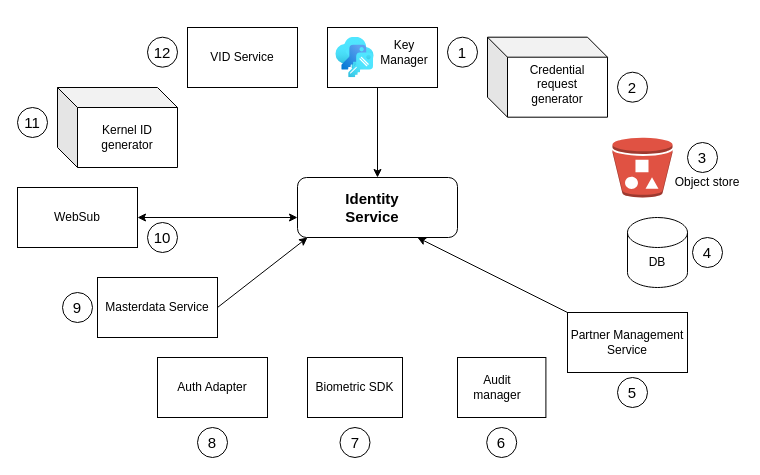
The draw.io diagram docs/_images/identity-service.drawio in mosip/documentation, before the edit. Source tidied: cells renumbered, new cells numbered last; positions are measured from the earlier drawing's top-left corner, leaving out a move shared by most shapes. Both pictures are drawn from the tidied source at 100%, with x=0, y=0 at pixel (17, 27).
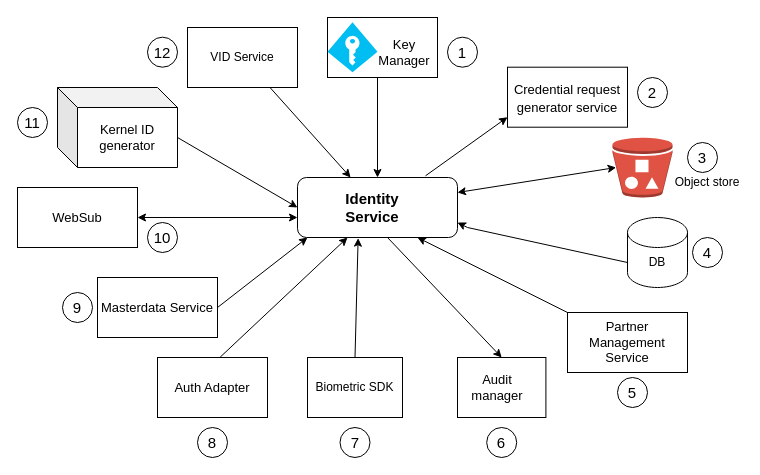
The same page after the edit.

The change refers to these unchanged cells:
```xml
<mxCell id="2" style="rounded=1;whiteSpace=wrap;html=1;" parent="1" vertex="1">
  <mxGeometry x="280" y="150" width="160" height="60" as="geometry" />
</mxCell>
<mxCell id="7" value="VID Service" style="rounded=0;whiteSpace=wrap;html=1;" parent="1" vertex="1">
  <mxGeometry x="170" width="110" height="60" as="geometry" />
</mxCell>
<mxCell id="10" value="Biometric SDK" style="rounded=0;whiteSpace=wrap;html=1;" parent="1" vertex="1">
  <mxGeometry x="290" y="330" width="95" height="60" as="geometry" />
</mxCell>
<mxCell id="11" style="rounded=0;whiteSpace=wrap;html=1;" parent="1" vertex="1">
  <mxGeometry x="440" y="330" width="88.4" height="60" as="geometry" />
</mxCell>
<mxCell id="16" style="outlineConnect=0;dashed=0;verticalLabelPosition=bottom;verticalAlign=top;align=center;html=1;shape=mxgraph.aws3.bucket_with_objects;fillColor=#E05243;gradientColor=none;" parent="1" vertex="1">
  <mxGeometry x="595" y="110" width="60" height="60" as="geometry" />
</mxCell>
<mxCell id="19" value="DB" style="text;html=1;strokeColor=none;fillColor=none;align=center;verticalAlign=middle;whiteSpace=wrap;rounded=0;" parent="1" vertex="1">
  <mxGeometry x="610" y="210" width="60" height="50" as="geometry" />
</mxCell>
```

What changed in the source:
```diff
@@
-    <mxCell id="4" value="WebSub" style="rounded=0;whiteSpace=wrap;html=1;" parent="1" vertex="1">
+    <mxCell id="4" value="&lt;font style=&quot;font-size: 13px&quot;&gt;WebSub&lt;/font&gt;" style="rounded=0;whiteSpace=wrap;html=1;" parent="1" vertex="1">
       <mxGeometry y="160" width="120" height="60" as="geometry" />
     </mxCell>
     <mxCell id="5" style="rounded=0;whiteSpace=wrap;html=1;" parent="1" vertex="1">
-      <mxGeometry x="310" width="110" height="60" as="geometry" />
+      <mxGeometry x="310" y="-10" width="110" height="60" as="geometry" />
     </mxCell>
-    <mxCell id="6" value="Partner Management Service" style="rounded=0;whiteSpace=wrap;html=1;" parent="1" vertex="1">
+    <mxCell id="6" value="&lt;font style=&quot;font-size: 13px&quot;&gt;Partner Management Service&lt;/font&gt;" style="rounded=0;whiteSpace=wrap;html=1;" parent="1" vertex="1">
       <mxGeometry x="550" y="285" width="120" height="60" as="geometry" />
     </mxCell>
@@
-    <mxCell id="8" value="Masterdata Service" style="rounded=0;whiteSpace=wrap;html=1;" parent="1" vertex="1">
+    <mxCell id="8" value="&lt;font style=&quot;font-size: 13px&quot;&gt;Masterdata Service&lt;/font&gt;" style="rounded=0;whiteSpace=wrap;html=1;" parent="1" vertex="1">
       <mxGeometry x="80" y="250" width="120" height="60" as="geometry" />
     </mxCell>
-    <mxCell id="9" value="Auth Adapter" style="rounded=0;whiteSpace=wrap;html=1;" parent="1" vertex="1">
+    <mxCell id="9" value="&lt;font style=&quot;font-size: 13px&quot;&gt;Auth Adapter&lt;/font&gt;" style="rounded=0;whiteSpace=wrap;html=1;" parent="1" vertex="1">
       <mxGeometry x="140" y="330" width="110" height="60" as="geometry" />
     </mxCell>
@@
-    <mxCell id="12" style="html=1;align=center;image;fontSize=12;image=img/lib/azure2/security/Keys.svg;" parent="1" vertex="1">
-      <mxGeometry x="318.3" y="9.7" width="38.4" height="40.6" as="geometry" />
-    </mxCell>
-    <mxCell id="13" value="Key Manager" style="text;html=1;strokeColor=none;fillColor=none;align=center;verticalAlign=middle;whiteSpace=wrap;rounded=0;" parent="1" vertex="1">
+    <mxCell id="13" value="&lt;font style=&quot;font-size: 13px&quot;&gt;Key Manager&lt;/font&gt;" style="text;html=1;strokeColor=none;fillColor=none;align=center;verticalAlign=middle;whiteSpace=wrap;rounded=0;" parent="1" vertex="1">
       <mxGeometry x="356.7" y="9.7" width="60" height="30" as="geometry" />
     </mxCell>
-    <mxCell id="14" style="shape=cube;whiteSpace=wrap;html=1;boundedLbl=1;backgroundOutline=1;darkOpacity=0.05;darkOpacity2=0.1;" parent="1" vertex="1">
-      <mxGeometry x="470" y="9.7" width="120" height="80" as="geometry" />
-    </mxCell>
-    <mxCell id="15" value="Credential request generator" style="text;html=1;strokeColor=none;fillColor=none;align=center;verticalAlign=middle;whiteSpace=wrap;rounded=0;" parent="1" vertex="1">
-      <mxGeometry x="510" y="39.7" width="60" height="35" as="geometry" />
-    </mxCell>
@@
-    <mxCell id="20" value="Audit manager" style="text;html=1;strokeColor=none;fillColor=none;align=center;verticalAlign=middle;whiteSpace=wrap;rounded=0;" parent="1" vertex="1">
+    <mxCell id="20" value="&lt;font style=&quot;font-size: 13px&quot;&gt;Audit manager&lt;/font&gt;" style="text;html=1;strokeColor=none;fillColor=none;align=center;verticalAlign=middle;whiteSpace=wrap;rounded=0;" parent="1" vertex="1">
       <mxGeometry x="450" y="345" width="60" height="30" as="geometry" />
     </mxCell>
-    <mxCell id="21" value="Kernel ID generator" style="shape=cube;whiteSpace=wrap;html=1;boundedLbl=1;backgroundOutline=1;darkOpacity=0.05;darkOpacity2=0.1;" parent="1" vertex="1">
+    <mxCell id="21" value="&lt;font style=&quot;font-size: 13px&quot;&gt;Kernel ID generator&lt;/font&gt;" style="shape=cube;whiteSpace=wrap;html=1;boundedLbl=1;backgroundOutline=1;darkOpacity=0.05;darkOpacity2=0.1;" parent="1" vertex="1">
       <mxGeometry x="40" y="60" width="120" height="80" as="geometry" />
     </mxCell>
     <mxCell id="22" style="endArrow=classic;html=1;rounded=0;fontSize=15;entryX=0.5;entryY=0;entryDx=0;entryDy=0;" parent="1" edge="1" target="2">
       <mxGeometry relative="1" as="geometry">
-        <mxPoint x="360" y="60" as="sourcePoint" />
+        <mxPoint x="360" y="50" as="sourcePoint" />
       </mxGeometry>
     </mxCell>
@@
     <mxCell id="27" value="2" style="ellipse;whiteSpace=wrap;html=1;fontSize=15;" parent="1" vertex="1">
-      <mxGeometry x="600" y="44.7" width="30" height="30" as="geometry" />
+      <mxGeometry x="620" y="50" width="30" height="30" as="geometry" />
     </mxCell>
@@
+    <mxCell id="38" style="verticalLabelPosition=bottom;html=1;verticalAlign=top;align=center;strokeColor=none;fillColor=#00BEF2;shape=mxgraph.azure.access_control;fontSize=15;" parent="1" vertex="1">
+      <mxGeometry x="310" y="-5.3" width="50" height="50" as="geometry" />
+    </mxCell>
+    <mxCell id="39" style="endArrow=classic;html=1;rounded=0;fontSize=15;entryX=0;entryY=0;entryDx=20;entryDy=80;entryPerimeter=0;exitX=0.8;exitY=-0.028;exitDx=0;exitDy=0;exitPerimeter=0;" parent="1" edge="1" source="2">
+      <mxGeometry relative="1" as="geometry">
+        <mxPoint x="490" y="89.7" as="targetPoint" />
+      </mxGeometry>
+    </mxCell>
+    <mxCell id="40" style="endArrow=classic;startArrow=classic;html=1;rounded=0;fontSize=15;entryX=0.06;entryY=0.5;entryDx=0;entryDy=0;entryPerimeter=0;exitX=1;exitY=0.25;exitDx=0;exitDy=0;" parent="1" edge="1" source="2" target="16">
+      <mxGeometry relative="1" as="geometry" />
+    </mxCell>
+    <mxCell id="41" style="endArrow=classic;html=1;rounded=0;fontSize=15;exitX=0;exitY=0.5;exitDx=0;exitDy=0;entryX=1;entryY=0.75;entryDx=0;entryDy=0;" parent="1" edge="1" source="19" target="2">
+      <mxGeometry relative="1" as="geometry">
+        <Array as="points">
+          <mxPoint x="450" y="200" />
+        </Array>
+      </mxGeometry>
+    </mxCell>
+    <mxCell id="42" style="endArrow=classic;html=1;rounded=0;fontSize=15;entryX=0.5;entryY=0;entryDx=0;entryDy=0;" parent="1" edge="1" target="11">
+      <mxGeometry relative="1" as="geometry">
+        <mxPoint x="370" y="210" as="sourcePoint" />
+      </mxGeometry>
+    </mxCell>
+    <mxCell id="43" style="endArrow=classic;html=1;rounded=0;fontSize=15;entryX=0.379;entryY=1.011;entryDx=0;entryDy=0;entryPerimeter=0;exitX=0.5;exitY=0;exitDx=0;exitDy=0;" parent="1" edge="1" source="10" target="2">
+      <mxGeometry relative="1" as="geometry" />
+    </mxCell>
+    <mxCell id="44" style="endArrow=classic;html=1;rounded=0;fontSize=15;exitX=0.57;exitY=-0.006;exitDx=0;exitDy=0;exitPerimeter=0;" parent="1" edge="1" source="9">
+      <mxGeometry relative="1" as="geometry">
+        <mxPoint x="330" y="210" as="targetPoint" />
+      </mxGeometry>
+    </mxCell>
+    <mxCell id="45" style="endArrow=classic;html=1;rounded=0;fontSize=15;entryX=0;entryY=0.5;entryDx=0;entryDy=0;" parent="1" edge="1" target="2">
+      <mxGeometry relative="1" as="geometry">
+        <mxPoint x="160" y="110" as="sourcePoint" />
+      </mxGeometry>
+    </mxCell>
+    <mxCell id="46" style="endArrow=classic;html=1;rounded=0;fontSize=15;exitX=0.75;exitY=1;exitDx=0;exitDy=0;" parent="1" edge="1" source="7" target="2">
+      <mxGeometry relative="1" as="geometry" />
+    </mxCell>
+    <mxCell id="47" value="&lt;font style=&quot;font-size: 13px&quot;&gt;Credential request generator service&lt;/font&gt;" style="rounded=0;whiteSpace=wrap;html=1;fontSize=15;" parent="1" vertex="1">
+      <mxGeometry x="490" y="39.7" width="120" height="60" as="geometry" />
+    </mxCell>
```
